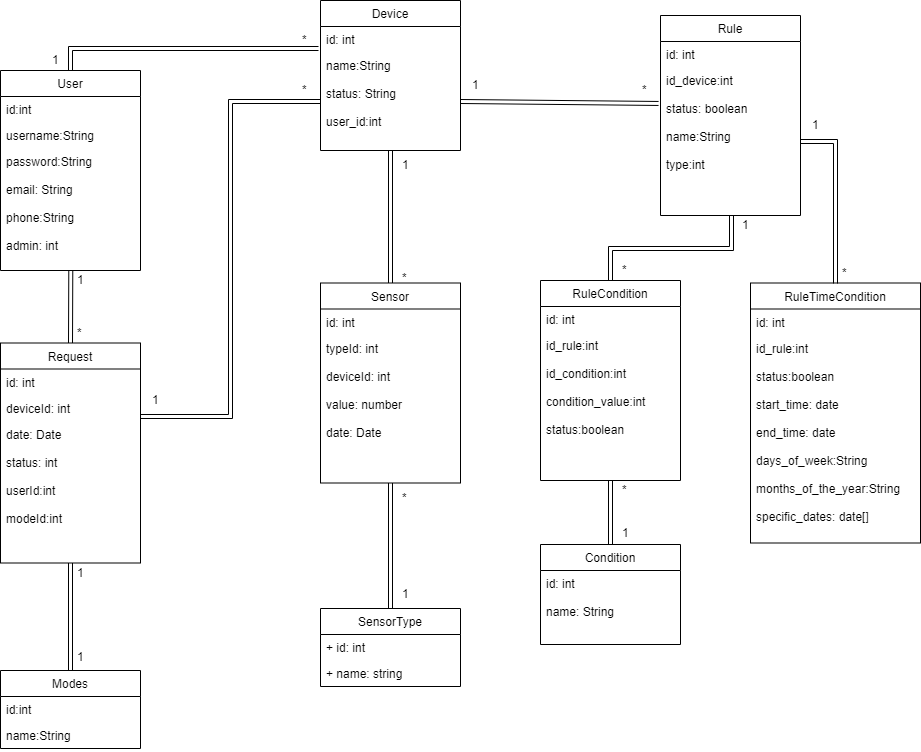
GarduinoTeam/Garduino keeps this draw.io diagram as Documentation/Sprint3/figures/ModelDeDades.png. Above is the earlier version. Source tidied: cells renumbered, new cells last; positions are measured from the earlier drawing's top-left corner, leaving out a move shared by most shapes. Its diagram source:
```xml
<mxGraphModel background="#ffffff">
  <root>
    <mxCell id="0" />
    <mxCell id="1" parent="0" />
    <mxCell id="2" style="rounded=0;jettySize=auto;html=1;exitX=0.5;exitY=0;exitDx=0;exitDy=0;entryX=-0.014;entryY=0.846;entryDx=0;entryDy=0;entryPerimeter=0;shape=link;edgeStyle=orthogonalEdgeStyle;" parent="1" edge="1" source="3" target="8">
      <mxGeometry relative="1" as="geometry" />
    </mxCell>
    <mxCell id="3" value="User" style="swimlane;fontStyle=0;horizontal=1;startSize=26;fillColor=none;" parent="1" vertex="1">
      <mxGeometry y="70" width="140" height="200" as="geometry" />
    </mxCell>
    <mxCell id="4" value="id:int" style="text;strokeColor=none;fillColor=none;align=left;verticalAlign=top;spacingLeft=4;spacingRight=4;overflow=hidden;" parent="3" vertex="1">
      <mxGeometry y="26" width="140" height="26" as="geometry" />
    </mxCell>
    <mxCell id="5" value="username:String" style="text;strokeColor=none;fillColor=none;align=left;verticalAlign=top;spacingLeft=4;spacingRight=4;overflow=hidden;" parent="3" vertex="1">
      <mxGeometry y="52" width="140" height="26" as="geometry" />
    </mxCell>
    <mxCell id="6" value="password:String&#10;&#10;email: String&#10;&#10;phone:String&#10;&#10;admin: int&#10;" style="text;strokeColor=none;fillColor=none;align=left;verticalAlign=top;spacingLeft=4;spacingRight=4;overflow=hidden;points=[[0,0.5],[1,0.5]];portConstraint=eastwest;" parent="3" vertex="1">
      <mxGeometry y="78" width="140" height="122" as="geometry" />
    </mxCell>
    <mxCell id="7" value="Device" style="swimlane;fontStyle=0;horizontal=1;startSize=26;fillColor=none;" parent="1" vertex="1">
      <mxGeometry x="320" width="140" height="150" as="geometry" />
    </mxCell>
    <mxCell id="8" value="id: int" style="text;strokeColor=none;fillColor=none;align=left;verticalAlign=top;spacingLeft=4;spacingRight=4;overflow=hidden;points=[[0,0.5],[1,0.5]];portConstraint=eastwest;" parent="7" vertex="1">
      <mxGeometry y="26" width="140" height="26" as="geometry" />
    </mxCell>
    <mxCell id="9" value="name:String&#10;&#10;status: String&#10;&#10;user_id:int&#10;" style="text;strokeColor=none;fillColor=none;align=left;verticalAlign=top;spacingLeft=4;spacingRight=4;overflow=hidden;points=[[0,0.5],[1,0.5]];portConstraint=eastwest;" parent="7" vertex="1">
      <mxGeometry y="52" width="140" height="98" as="geometry" />
    </mxCell>
    <mxCell id="10" style="edgeStyle=none;shape=link;rounded=0;jettySize=auto;html=1;exitX=0.5;exitY=0;exitDx=0;exitDy=0;entryX=0.502;entryY=1.003;entryDx=0;entryDy=0;entryPerimeter=0;" parent="1" edge="1" source="11" target="6">
      <mxGeometry relative="1" as="geometry" />
    </mxCell>
    <mxCell id="11" value="Request" style="swimlane;fontStyle=0;horizontal=1;startSize=26;fillColor=none;" parent="1" vertex="1">
      <mxGeometry y="342.5" width="140" height="220" as="geometry" />
    </mxCell>
    <mxCell id="12" value="id: int&#10;&#10;&#10;&#10;&#10;&#10;&#10;userId: id&#10;&#10;" style="text;strokeColor=none;fillColor=none;align=left;verticalAlign=top;spacingLeft=4;spacingRight=4;overflow=hidden;" parent="11" vertex="1">
      <mxGeometry y="26" width="140" height="26" as="geometry" />
    </mxCell>
    <mxCell id="13" value="deviceId: int" style="text;strokeColor=none;fillColor=none;align=left;verticalAlign=top;spacingLeft=4;spacingRight=4;overflow=hidden;" parent="11" vertex="1">
      <mxGeometry y="52" width="140" height="26" as="geometry" />
    </mxCell>
    <mxCell id="14" value="date: Date&#10;&#10;status: int&#10;&#10;userId:int&#10;&#10;modeId:int&#10;" style="text;strokeColor=none;fillColor=none;align=left;verticalAlign=top;spacingLeft=4;spacingRight=4;overflow=hidden;points=[[0,0.5],[1,0.5]];portConstraint=eastwest;" parent="11" vertex="1">
      <mxGeometry y="78" width="140" height="142" as="geometry" />
    </mxCell>
    <mxCell id="15" style="edgeStyle=none;shape=link;rounded=0;jettySize=auto;html=1;exitX=0.5;exitY=0;exitDx=0;exitDy=0;" parent="1" edge="1" source="16" target="9">
      <mxGeometry relative="1" as="geometry" />
    </mxCell>
    <mxCell id="16" value="Sensor" style="swimlane;fontStyle=0;horizontal=1;startSize=26;fillColor=none;" parent="1" vertex="1">
      <mxGeometry x="320" y="282.5" width="140" height="200" as="geometry" />
    </mxCell>
    <mxCell id="17" value="id: int" style="text;strokeColor=none;fillColor=none;align=left;verticalAlign=top;spacingLeft=4;spacingRight=4;overflow=hidden;" parent="16" vertex="1">
      <mxGeometry y="26" width="140" height="26" as="geometry" />
    </mxCell>
    <mxCell id="18" value="typeId: int&#10;&#10;deviceId: int&#10;&#10;value: number&#10;&#10;date: Date" style="text;strokeColor=none;fillColor=none;align=left;verticalAlign=top;spacingLeft=4;spacingRight=4;overflow=hidden;points=[[0,0.5],[1,0.5]];portConstraint=eastwest;" parent="16" vertex="1">
      <mxGeometry y="52" width="140" height="148" as="geometry" />
    </mxCell>
    <mxCell id="19" style="edgeStyle=none;shape=link;rounded=0;jettySize=auto;html=1;exitX=0.5;exitY=0;exitDx=0;exitDy=0;" parent="1" edge="1" source="20" target="18">
      <mxGeometry relative="1" as="geometry" />
    </mxCell>
    <mxCell id="20" value="SensorType" style="swimlane;fontStyle=0;horizontal=1;startSize=26;fillColor=none;" parent="1" vertex="1">
      <mxGeometry x="320" y="608" width="140" height="78" as="geometry" />
    </mxCell>
    <mxCell id="21" value="+ id: int" style="text;strokeColor=none;fillColor=none;align=left;verticalAlign=top;spacingLeft=4;spacingRight=4;overflow=hidden;" parent="20" vertex="1">
      <mxGeometry y="26" width="140" height="26" as="geometry" />
    </mxCell>
    <mxCell id="22" value="+ name: string" style="text;strokeColor=none;fillColor=none;align=left;verticalAlign=top;spacingLeft=4;spacingRight=4;overflow=hidden;" parent="20" vertex="1">
      <mxGeometry y="52" width="140" height="26" as="geometry" />
    </mxCell>
    <mxCell id="23" style="edgeStyle=orthogonalEdgeStyle;shape=link;rounded=0;jettySize=auto;html=1;exitX=0;exitY=0.5;exitDx=0;exitDy=0;entryX=0.999;entryY=-0.029;entryDx=0;entryDy=0;entryPerimeter=0;" parent="1" edge="1" source="9" target="14">
      <mxGeometry relative="1" as="geometry" />
    </mxCell>
    <mxCell id="24" value="1" style="text;html=1;align=left;verticalAlign=top;spacingTop=-4;" parent="1" vertex="1">
      <mxGeometry x="50" y="50" width="20" height="20" as="geometry" />
    </mxCell>
    <mxCell id="25" value="*" style="text;html=1;align=left;verticalAlign=top;spacingTop=-4;" parent="1" vertex="1">
      <mxGeometry x="300" y="30" width="20" height="20" as="geometry" />
    </mxCell>
    <mxCell id="26" value="1" style="text;html=1;align=left;verticalAlign=top;spacingTop=-4;" parent="1" vertex="1">
      <mxGeometry x="75" y="270" width="20" height="20" as="geometry" />
    </mxCell>
    <mxCell id="27" value="*" style="text;html=1;align=left;verticalAlign=top;spacingTop=-4;" parent="1" vertex="1">
      <mxGeometry x="75" y="322.5" width="20" height="20" as="geometry" />
    </mxCell>
    <mxCell id="28" value="1" style="text;html=1;align=left;verticalAlign=top;spacingTop=-4;" parent="1" vertex="1">
      <mxGeometry x="150" y="390" width="20" height="20" as="geometry" />
    </mxCell>
    <mxCell id="29" value="Rule" style="swimlane;fontStyle=0;horizontal=1;startSize=26;fillColor=none;" parent="1" vertex="1">
      <mxGeometry x="660" y="15" width="140" height="200" as="geometry" />
    </mxCell>
    <mxCell id="30" value="id: int" style="text;strokeColor=none;fillColor=none;align=left;verticalAlign=top;spacingLeft=4;spacingRight=4;overflow=hidden;" parent="29" vertex="1">
      <mxGeometry y="26" width="140" height="26" as="geometry" />
    </mxCell>
    <mxCell id="31" value="id_device:int&#10;&#10;status: boolean&#10;&#10;name:String&#10;&#10;type:int&#10;" style="text;strokeColor=none;fillColor=none;align=left;verticalAlign=top;spacingLeft=4;spacingRight=4;overflow=hidden;points=[[0,0.5],[1,0.5]];portConstraint=eastwest;" parent="29" vertex="1">
      <mxGeometry y="52" width="140" height="148" as="geometry" />
    </mxCell>
    <mxCell id="32" style="edgeStyle=orthogonalEdgeStyle;shape=link;rounded=0;jettySize=auto;html=1;exitX=0.5;exitY=0;exitDx=0;exitDy=0;entryX=0.507;entryY=1;entryDx=0;entryDy=0;entryPerimeter=0;" parent="1" edge="1" source="33" target="31">
      <mxGeometry relative="1" as="geometry" />
    </mxCell>
    <mxCell id="33" value="RuleCondition" style="swimlane;fontStyle=0;horizontal=1;startSize=26;fillColor=none;" parent="1" vertex="1">
      <mxGeometry x="540" y="280" width="140" height="200" as="geometry" />
    </mxCell>
    <mxCell id="34" value="id: int" style="text;strokeColor=none;fillColor=none;align=left;verticalAlign=top;spacingLeft=4;spacingRight=4;overflow=hidden;" parent="33" vertex="1">
      <mxGeometry y="26" width="140" height="26" as="geometry" />
    </mxCell>
    <mxCell id="35" value="id_rule:int&#10;&#10;id_condition:int &#10;&#10;condition_value:int&#10;&#10;status:boolean&#10;&#10;&#10;" style="text;strokeColor=none;fillColor=none;align=left;verticalAlign=top;spacingLeft=4;spacingRight=4;overflow=hidden;points=[[0,0.5],[1,0.5]];portConstraint=eastwest;" parent="33" vertex="1">
      <mxGeometry y="52" width="140" height="148" as="geometry" />
    </mxCell>
    <mxCell id="36" style="edgeStyle=none;shape=link;rounded=0;jettySize=auto;html=1;exitX=0.5;exitY=0;exitDx=0;exitDy=0;" parent="1" edge="1" source="37" target="35">
      <mxGeometry relative="1" as="geometry" />
    </mxCell>
    <mxCell id="37" value="Condition" style="swimlane;fontStyle=0;horizontal=1;startSize=26;fillColor=none;" parent="1" vertex="1">
      <mxGeometry x="540" y="544" width="140" height="100" as="geometry" />
    </mxCell>
    <mxCell id="38" value="id: int&#10;&#10;name: String&#10;&#10;" style="text;strokeColor=none;fillColor=none;align=left;verticalAlign=top;spacingLeft=4;spacingRight=4;overflow=hidden;" parent="37" vertex="1">
      <mxGeometry y="26" width="140" height="74" as="geometry" />
    </mxCell>
    <mxCell id="39" style="edgeStyle=orthogonalEdgeStyle;shape=link;rounded=0;jettySize=auto;html=1;exitX=0.5;exitY=0;exitDx=0;exitDy=0;entryX=1;entryY=0.5;entryDx=0;entryDy=0;" parent="1" edge="1" source="40" target="31">
      <mxGeometry relative="1" as="geometry" />
    </mxCell>
    <mxCell id="40" value="RuleTimeCondition" style="swimlane;fontStyle=0;horizontal=1;startSize=26;fillColor=none;" parent="1" vertex="1">
      <mxGeometry x="750" y="282.5" width="170" height="260" as="geometry" />
    </mxCell>
    <mxCell id="41" value="id: int" style="text;strokeColor=none;fillColor=none;align=left;verticalAlign=top;spacingLeft=4;spacingRight=4;overflow=hidden;" parent="40" vertex="1">
      <mxGeometry y="26" width="170" height="26" as="geometry" />
    </mxCell>
    <mxCell id="42" value="id_rule:int&#10;&#10;status:boolean&#10;&#10;start_time: date&#10;&#10;end_time: date&#10;&#10;days_of_week:String&#10;&#10;months_of_the_year:String&#10;&#10;specific_dates: date[]&#10;&#10;" style="text;strokeColor=none;fillColor=none;align=left;verticalAlign=top;spacingLeft=4;spacingRight=4;overflow=hidden;" parent="40" vertex="1">
      <mxGeometry y="52" width="170" height="208" as="geometry" />
    </mxCell>
    <mxCell id="43" value="1" style="text;html=1;align=left;verticalAlign=top;spacingTop=-4;" parent="1" vertex="1">
      <mxGeometry x="470" y="75" width="20" height="20" as="geometry" />
    </mxCell>
    <mxCell id="44" value="*" style="text;html=1;align=left;verticalAlign=top;spacingTop=-4;" parent="1" vertex="1">
      <mxGeometry x="640" y="80" width="20" height="20" as="geometry" />
    </mxCell>
    <mxCell id="45" value="1" style="text;html=1;align=left;verticalAlign=top;spacingTop=-4;" parent="1" vertex="1">
      <mxGeometry x="810" y="115" width="20" height="20" as="geometry" />
    </mxCell>
    <mxCell id="46" value="*" style="text;html=1;align=left;verticalAlign=top;spacingTop=-4;" parent="1" vertex="1">
      <mxGeometry x="840" y="262.5" width="20" height="20" as="geometry" />
    </mxCell>
    <mxCell id="47" value="1" style="text;html=1;align=left;verticalAlign=top;spacingTop=-4;" parent="1" vertex="1">
      <mxGeometry x="740" y="215" width="20" height="20" as="geometry" />
    </mxCell>
    <mxCell id="48" value="*" style="text;html=1;align=left;verticalAlign=top;spacingTop=-4;" parent="1" vertex="1">
      <mxGeometry x="620" y="260" width="20" height="20" as="geometry" />
    </mxCell>
    <mxCell id="49" value="1" style="text;html=1;align=left;verticalAlign=top;spacingTop=-4;" parent="1" vertex="1">
      <mxGeometry x="620" y="522.5" width="20" height="20" as="geometry" />
    </mxCell>
    <mxCell id="50" value="*" style="text;html=1;align=left;verticalAlign=top;spacingTop=-4;" parent="1" vertex="1">
      <mxGeometry x="620" y="480" width="20" height="20" as="geometry" />
    </mxCell>
    <mxCell id="51" value="1" style="text;html=1;align=left;verticalAlign=top;spacingTop=-4;" parent="1" vertex="1">
      <mxGeometry x="400" y="155" width="20" height="20" as="geometry" />
    </mxCell>
    <mxCell id="52" value="*" style="text;html=1;align=left;verticalAlign=top;spacingTop=-4;" parent="1" vertex="1">
      <mxGeometry x="400" y="268" width="20" height="20" as="geometry" />
    </mxCell>
    <mxCell id="53" value="*" style="text;html=1;align=left;verticalAlign=top;spacingTop=-4;" parent="1" vertex="1">
      <mxGeometry x="400" y="488" width="20" height="20" as="geometry" />
    </mxCell>
    <mxCell id="54" value="1" style="text;html=1;align=left;verticalAlign=top;spacingTop=-4;" parent="1" vertex="1">
      <mxGeometry x="75" y="562.5" width="20" height="20" as="geometry" />
    </mxCell>
    <mxCell id="55" value="*" style="text;html=1;align=left;verticalAlign=top;spacingTop=-4;" parent="1" vertex="1">
      <mxGeometry x="300" y="80" width="20" height="20" as="geometry" />
    </mxCell>
    <mxCell id="56" style="edgeStyle=none;shape=link;rounded=0;jettySize=auto;html=1;exitX=1;exitY=0.5;exitDx=0;exitDy=0;entryX=-0.014;entryY=0.243;entryDx=0;entryDy=0;entryPerimeter=0;" parent="1" edge="1" source="9" target="31">
      <mxGeometry relative="1" as="geometry" />
    </mxCell>
    <mxCell id="57" style="edgeStyle=none;shape=link;rounded=0;jettySize=auto;html=1;exitX=0.5;exitY=0;exitDx=0;exitDy=0;" parent="1" edge="1" source="58" target="14">
      <mxGeometry relative="1" as="geometry" />
    </mxCell>
    <mxCell id="58" value="Modes" style="swimlane;fontStyle=0;horizontal=1;startSize=26;fillColor=none;" parent="1" vertex="1">
      <mxGeometry y="670" width="140" height="78" as="geometry" />
    </mxCell>
    <mxCell id="59" value="id:int" style="text;strokeColor=none;fillColor=none;align=left;verticalAlign=top;spacingLeft=4;spacingRight=4;overflow=hidden;" parent="58" vertex="1">
      <mxGeometry y="26" width="140" height="26" as="geometry" />
    </mxCell>
    <mxCell id="60" value="name:String" style="text;strokeColor=none;fillColor=none;align=left;verticalAlign=top;spacingLeft=4;spacingRight=4;overflow=hidden;" parent="58" vertex="1">
      <mxGeometry y="52" width="140" height="26" as="geometry" />
    </mxCell>
    <mxCell id="61" value="1" style="text;html=1;align=left;verticalAlign=top;spacingTop=-4;" parent="1" vertex="1">
      <mxGeometry x="75" y="647" width="20" height="20" as="geometry" />
    </mxCell>
    <mxCell id="62" value="1" style="text;html=1;align=left;verticalAlign=top;spacingTop=-4;" parent="1" vertex="1">
      <mxGeometry x="400" y="584" width="20" height="20" as="geometry" />
    </mxCell>
  </root>
</mxGraphModel>
```
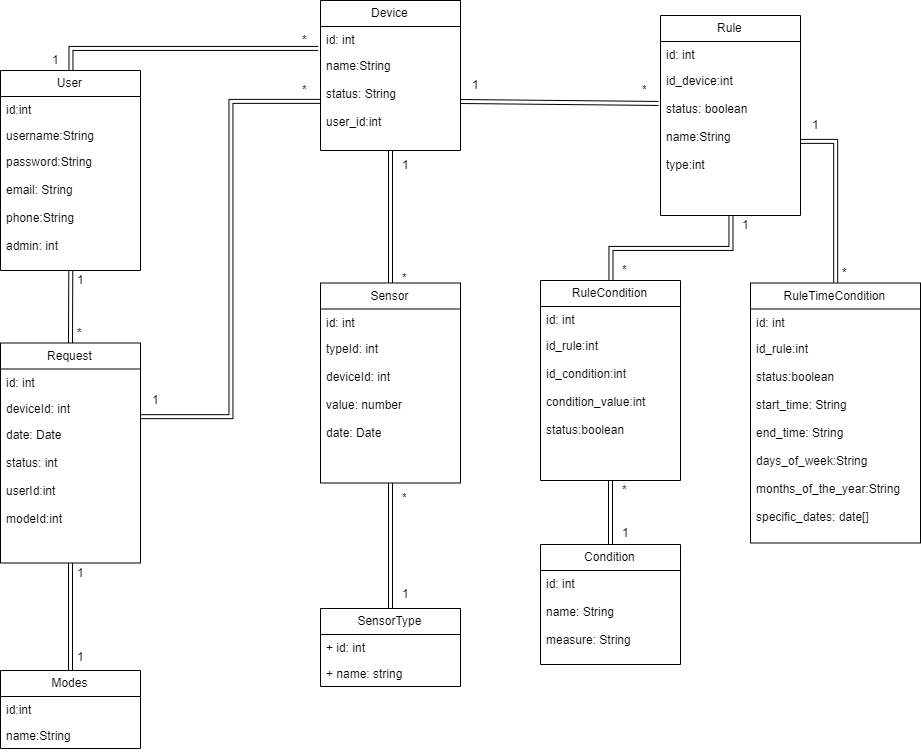
After the commit.

Diff of the diagram source:
```diff
@@ -108,10 +108,10 @@
       <mxGeometry relative="1" as="geometry" />
     </mxCell>
     <mxCell id="37" value="Condition" style="swimlane;fontStyle=0;horizontal=1;startSize=26;fillColor=none;" parent="1" vertex="1">
-      <mxGeometry x="540" y="544" width="140" height="100" as="geometry" />
+      <mxGeometry x="540" y="544" width="140" height="120" as="geometry" />
     </mxCell>
-    <mxCell id="38" value="id: int&#10;&#10;name: String&#10;&#10;" style="text;strokeColor=none;fillColor=none;align=left;verticalAlign=top;spacingLeft=4;spacingRight=4;overflow=hidden;" parent="37" vertex="1">
-      <mxGeometry y="26" width="140" height="74" as="geometry" />
+    <mxCell id="38" value="id: int&#10;&#10;name: String&#10;&#10;measure: String" style="text;strokeColor=none;fillColor=none;align=left;verticalAlign=top;spacingLeft=4;spacingRight=4;overflow=hidden;" parent="37" vertex="1">
+      <mxGeometry y="26" width="140" height="94" as="geometry" />
     </mxCell>
     <mxCell id="39" style="edgeStyle=orthogonalEdgeStyle;shape=link;rounded=0;jettySize=auto;html=1;exitX=0.5;exitY=0;exitDx=0;exitDy=0;entryX=1;entryY=0.5;entryDx=0;entryDy=0;" parent="1" edge="1" source="40" target="31">
       <mxGeometry relative="1" as="geometry" />
@@ -122,7 +122,7 @@
     <mxCell id="41" value="id: int" style="text;strokeColor=none;fillColor=none;align=left;verticalAlign=top;spacingLeft=4;spacingRight=4;overflow=hidden;" parent="40" vertex="1">
       <mxGeometry y="26" width="170" height="26" as="geometry" />
     </mxCell>
-    <mxCell id="42" value="id_rule:int&#10;&#10;status:boolean&#10;&#10;start_time: date&#10;&#10;end_time: date&#10;&#10;days_of_week:String&#10;&#10;months_of_the_year:String&#10;&#10;specific_dates: date[]&#10;&#10;" style="text;strokeColor=none;fillColor=none;align=left;verticalAlign=top;spacingLeft=4;spacingRight=4;overflow=hidden;" parent="40" vertex="1">
+    <mxCell id="42" value="id_rule:int&#10;&#10;status:boolean&#10;&#10;start_time: String&#10;&#10;end_time: String&#10;&#10;days_of_week:String&#10;&#10;months_of_the_year:String&#10;&#10;specific_dates: date[]&#10;&#10;" style="text;strokeColor=none;fillColor=none;align=left;verticalAlign=top;spacingLeft=4;spacingRight=4;overflow=hidden;" parent="40" vertex="1">
       <mxGeometry y="52" width="170" height="208" as="geometry" />
     </mxCell>
     <mxCell id="43" value="1" style="text;html=1;align=left;verticalAlign=top;spacingTop=-4;" parent="1" vertex="1">
```
